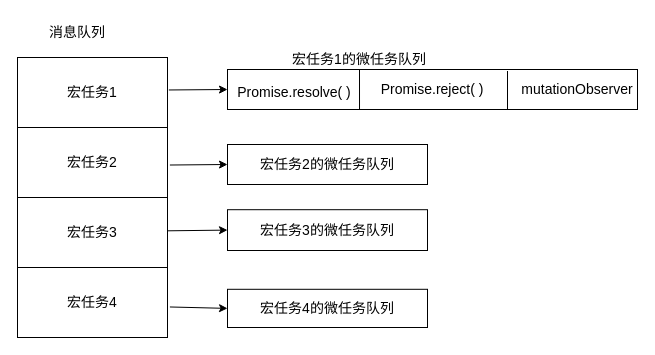
This is src/assets/drawio/eventLoop.drawio from YoungMandy/yang-mandy.github.io, a draw.io file, before an edit. Source tidied: cells renumbered, new cells numbered last; positions are measured from the earlier drawing's top-left corner, leaving out a move shared by most shapes. Both pictures are drawn from the tidied source at 100%, with x=0, y=0 at pixel (17, 17).
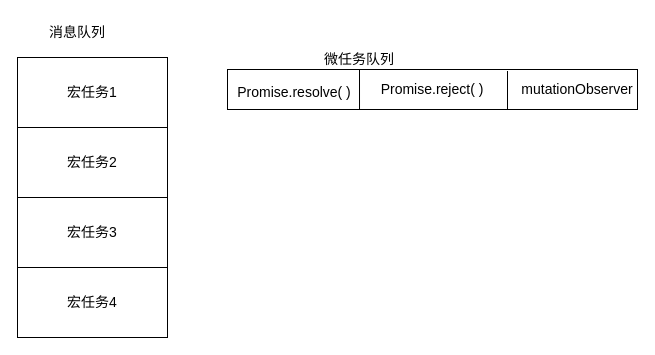
The same page after the edit.

Unchanged cells that the change refers to:
```xml
<mxCell id="2" style="rounded=0;whiteSpace=wrap;html=1;fontSize=14;" parent="1" vertex="1">
  <mxGeometry y="40" width="150" height="280" as="geometry" />
</mxCell>
<mxCell id="10" style="rounded=0;whiteSpace=wrap;html=1;fontSize=14;" parent="1" vertex="1">
  <mxGeometry x="210" y="52" width="410" height="40" as="geometry" />
</mxCell>
```

Change to the diagram source:
```diff
@@
-    <mxCell id="12" value="宏任务1的微任务队列" style="text;html=1;strokeColor=none;fillColor=none;align=center;verticalAlign=middle;whiteSpace=wrap;rounded=0;fontSize=14;" parent="1" vertex="1">
+    <mxCell id="12" value="微任务队列" style="text;html=1;strokeColor=none;fillColor=none;align=center;verticalAlign=middle;whiteSpace=wrap;rounded=0;fontSize=14;" parent="1" vertex="1">
       <mxGeometry x="264" y="27" width="156" height="30" as="geometry" />
     </mxCell>
@@
-    <mxCell id="17" style="rounded=0;whiteSpace=wrap;html=1;fontSize=14;" parent="1" vertex="1">
-      <mxGeometry x="210" y="127" width="200" height="40" as="geometry" />
-    </mxCell>
-    <mxCell id="18" value="宏任务2的微任务队列" style="text;html=1;strokeColor=none;fillColor=none;align=center;verticalAlign=middle;whiteSpace=wrap;rounded=0;fontSize=14;" parent="1" vertex="1">
-      <mxGeometry x="232" y="132" width="156" height="30" as="geometry" />
-    </mxCell>
-    <mxCell id="19" style="rounded=0;whiteSpace=wrap;html=1;fontSize=14;" parent="1" vertex="1">
-      <mxGeometry x="210" y="192.2" width="200" height="40.8" as="geometry" />
-    </mxCell>
-    <mxCell id="20" value="宏任务3的微任务队列" style="text;html=1;strokeColor=none;fillColor=none;align=center;verticalAlign=middle;whiteSpace=wrap;rounded=0;fontSize=14;" parent="1" vertex="1">
-      <mxGeometry x="232" y="197.6" width="156" height="30" as="geometry" />
-    </mxCell>
-    <mxCell id="21" style="rounded=0;whiteSpace=wrap;html=1;fontSize=14;" parent="1" vertex="1">
-      <mxGeometry x="210" y="271.8" width="200" height="38.2" as="geometry" />
-    </mxCell>
-    <mxCell id="22" value="宏任务4的微任务队列" style="text;html=1;strokeColor=none;fillColor=none;align=center;verticalAlign=middle;whiteSpace=wrap;rounded=0;fontSize=14;" parent="1" vertex="1">
-      <mxGeometry x="232" y="275.9" width="156" height="30" as="geometry" />
-    </mxCell>
@@
-    <mxCell id="24" style="endArrow=classic;html=1;entryX=0;entryY=0.5;entryDx=0;entryDy=0;exitX=1.016;exitY=0.384;exitDx=0;exitDy=0;exitPerimeter=0;fontSize=14;" parent="1" edge="1" source="2" target="17">
-      <mxGeometry relative="1" as="geometry" />
-    </mxCell>
-    <mxCell id="25" style="endArrow=classic;html=1;exitX=1.009;exitY=0.116;exitDx=0;exitDy=0;exitPerimeter=0;entryX=0;entryY=0.5;entryDx=0;entryDy=0;fontSize=14;" parent="1" edge="1" source="2" target="10">
-      <mxGeometry relative="1" as="geometry" />
-    </mxCell>
-    <mxCell id="26" style="endArrow=classic;html=1;entryX=0;entryY=0.5;entryDx=0;entryDy=0;exitX=0.999;exitY=0.619;exitDx=0;exitDy=0;exitPerimeter=0;fontSize=14;" parent="1" edge="1" source="2" target="19">
-      <mxGeometry relative="1" as="geometry" />
-    </mxCell>
-    <mxCell id="27" style="endArrow=classic;html=1;exitX=1.016;exitY=0.891;exitDx=0;exitDy=0;exitPerimeter=0;entryX=0;entryY=0.5;entryDx=0;entryDy=0;fontSize=14;" parent="1" edge="1" source="2" target="21">
-      <mxGeometry relative="1" as="geometry" />
-    </mxCell>
```
